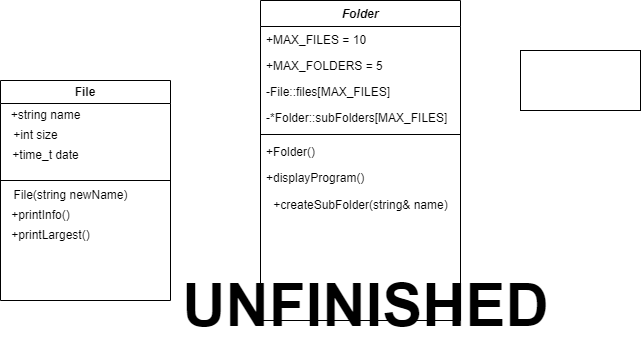
Above: Compulsory 3 Diagram.drawio.png in Viiktorh/Compulsory-3 (draw.io), before the change. Source tidied: cells renumbered, new cells last; positions are measured from the earlier drawing's top-left corner, leaving out a move shared by most shapes.
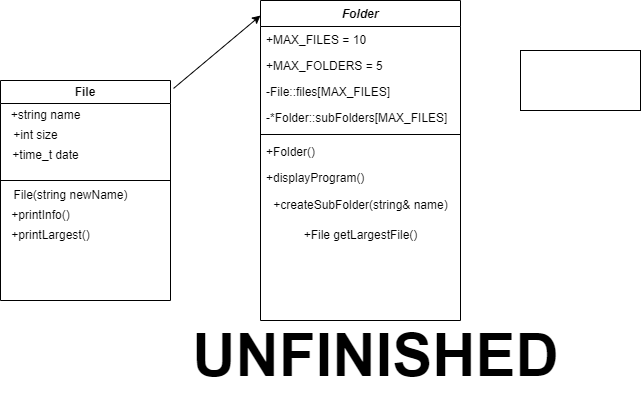
After the commit.

What changed in the source:
```diff
@@ -29,6 +29,9 @@
     <mxCell id="10" value="+createSubFolder(string&amp;amp; name)" style="text;html=1;align=center;verticalAlign=middle;strokeColor=none;fillColor=none;" parent="2" vertex="1">
       <mxGeometry y="190" width="200" height="30" as="geometry" />
     </mxCell>
+    <mxCell id="21" value="+File getLargestFile()" style="text;html=1;align=center;verticalAlign=middle;strokeColor=none;fillColor=none;" parent="2" vertex="1">
+      <mxGeometry y="220" width="200" height="30" as="geometry" />
+    </mxCell>
     <mxCell id="11" value="File" style="swimlane;whiteSpace=wrap;html=1;" parent="1" vertex="1">
       <mxGeometry y="80" width="170" height="220" as="geometry" />
     </mxCell>
@@ -60,7 +63,10 @@
       <mxGeometry x="520" y="50" width="120" height="60" as="geometry" />
     </mxCell>
     <mxCell id="20" value="&lt;b&gt;&lt;font style=&quot;font-size: 60px;&quot;&gt;UNFINISHED&lt;/font&gt;&lt;/b&gt;" style="text;html=1;align=center;verticalAlign=middle;strokeColor=none;fillColor=none;" parent="1" vertex="1">
-      <mxGeometry x="170" y="260" width="390" height="90" as="geometry" />
+      <mxGeometry x="180" y="310" width="390" height="90" as="geometry" />
     </mxCell>
+    <mxCell id="22" style="edgeStyle=none;jettySize=auto;html=1;rounded=0;exitX=1.018;exitY=0.036;exitDx=0;exitDy=0;exitPerimeter=0;entryX=0;entryY=0.047;entryDx=0;entryDy=0;entryPerimeter=0;" parent="1" edge="1" source="11" target="2">
+      <mxGeometry relative="1" as="geometry" />
+    </mxCell>
   </root>
 </mxGraphModel>
```
